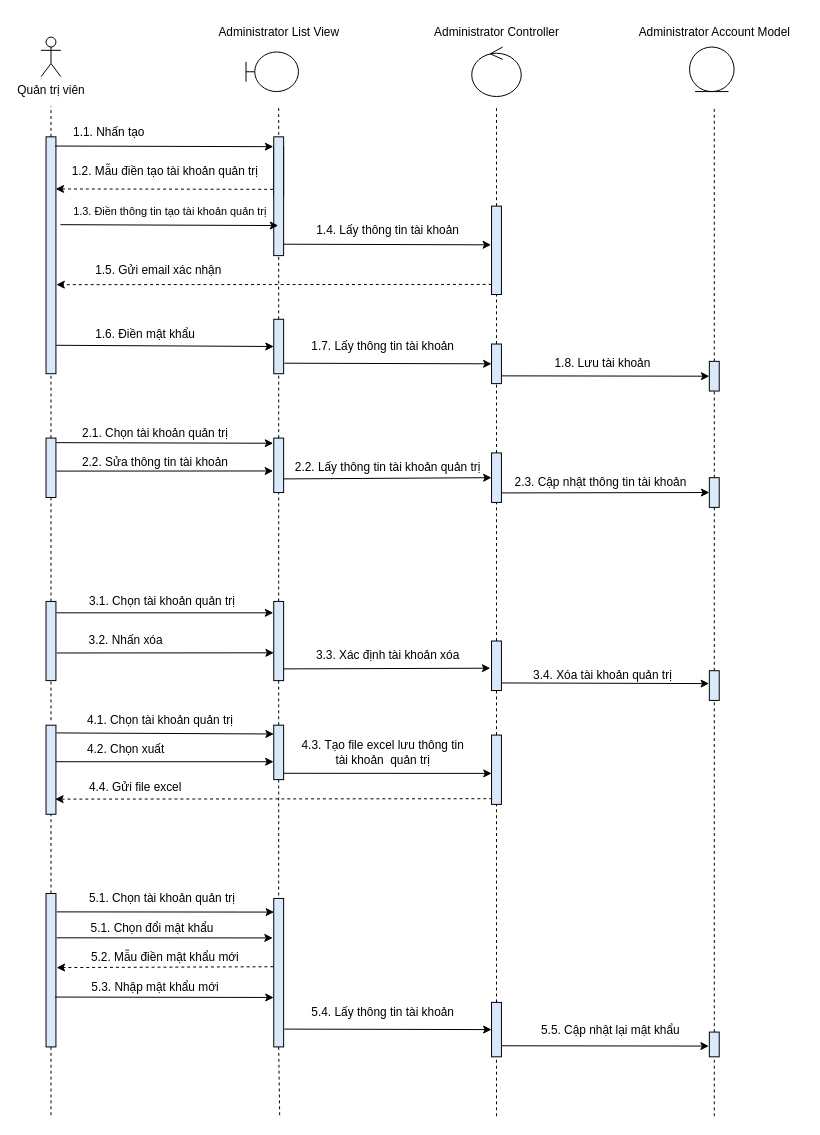
EdgarIgnite16/SGU-Course keeps this draw.io diagram as Nam3_HK1/CNPM_SoftTech/Sequence Diagrams/Quân Huỳnh/SD_QuảnLýTàiKhoảnQuảnTrị.drawio. Above is the earlier version. Source tidied: cells renumbered, new cells numbered last; positions are measured from the earlier drawing's top-left corner, leaving out a move shared by most shapes. Both pictures are drawn from the tidied source at 99%, with x=0, y=0 at pixel (41, 17).
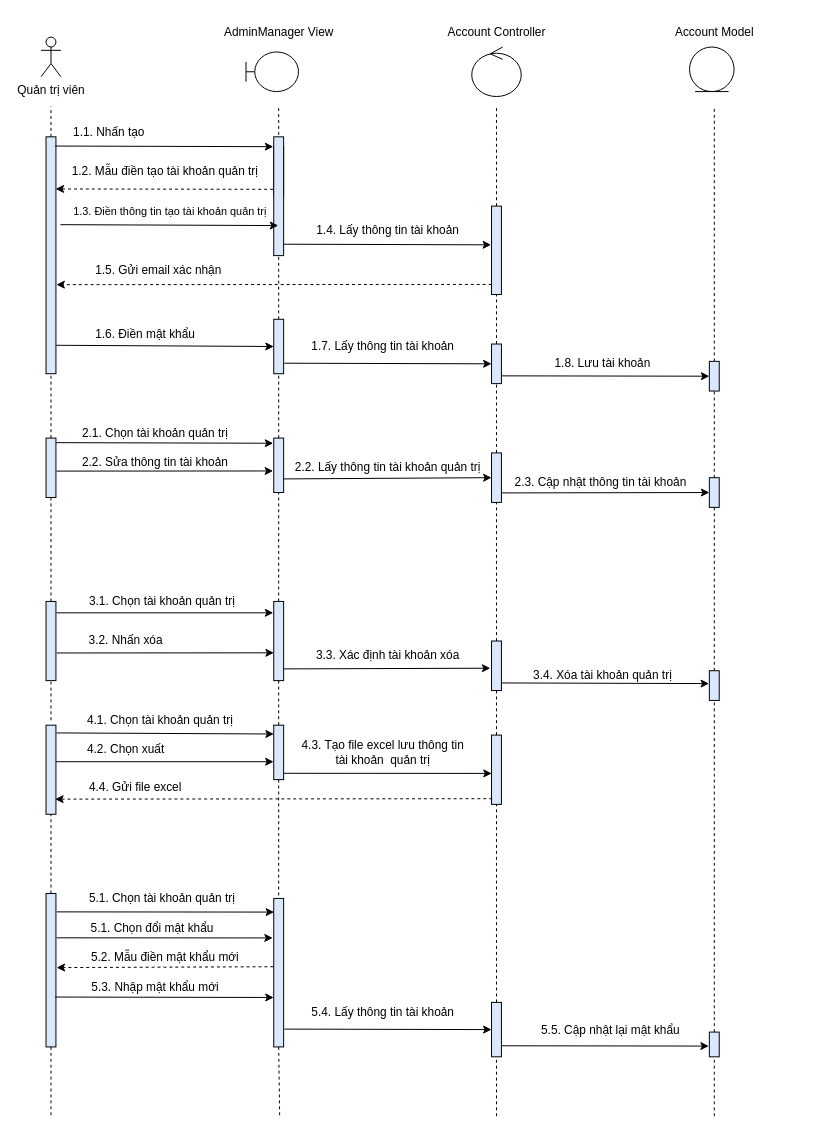
After the change.

Diff of the diagram source:
```diff
@@
-    <mxCell id="17" value="Administrator List View" style="text;html=1;align=center;verticalAlign=middle;strokeColor=none;fillColor=none;" parent="1" vertex="1">
-      <mxGeometry x="165" width="150" height="30" as="geometry" />
+    <mxCell id="17" value="AdminManager View" style="text;html=1;align=center;verticalAlign=middle;strokeColor=none;fillColor=none;" parent="1" vertex="1">
+      <mxGeometry x="175" y="5" width="130" height="20" as="geometry" />
     </mxCell>
-    <mxCell id="18" value="Administrator Controller" style="text;html=1;align=center;verticalAlign=middle;strokeColor=none;fillColor=none;" parent="1" vertex="1">
-      <mxGeometry x="385" width="150" height="30" as="geometry" />
+    <mxCell id="18" value="Account Controller" style="text;html=1;align=center;verticalAlign=middle;strokeColor=none;fillColor=none;" parent="1" vertex="1">
+      <mxGeometry x="405" y="5" width="110" height="20" as="geometry" />
     </mxCell>
@@
-    <mxCell id="20" value="Administrator Account Model" style="text;html=1;align=center;verticalAlign=middle;strokeColor=none;fillColor=none;" parent="1" vertex="1">
-      <mxGeometry x="590" width="180" height="30" as="geometry" />
+    <mxCell id="20" value="Account Model" style="text;html=1;align=center;verticalAlign=middle;strokeColor=none;fillColor=none;" parent="1" vertex="1">
+      <mxGeometry x="635" y="5" width="90" height="20" as="geometry" />
     </mxCell>
```
